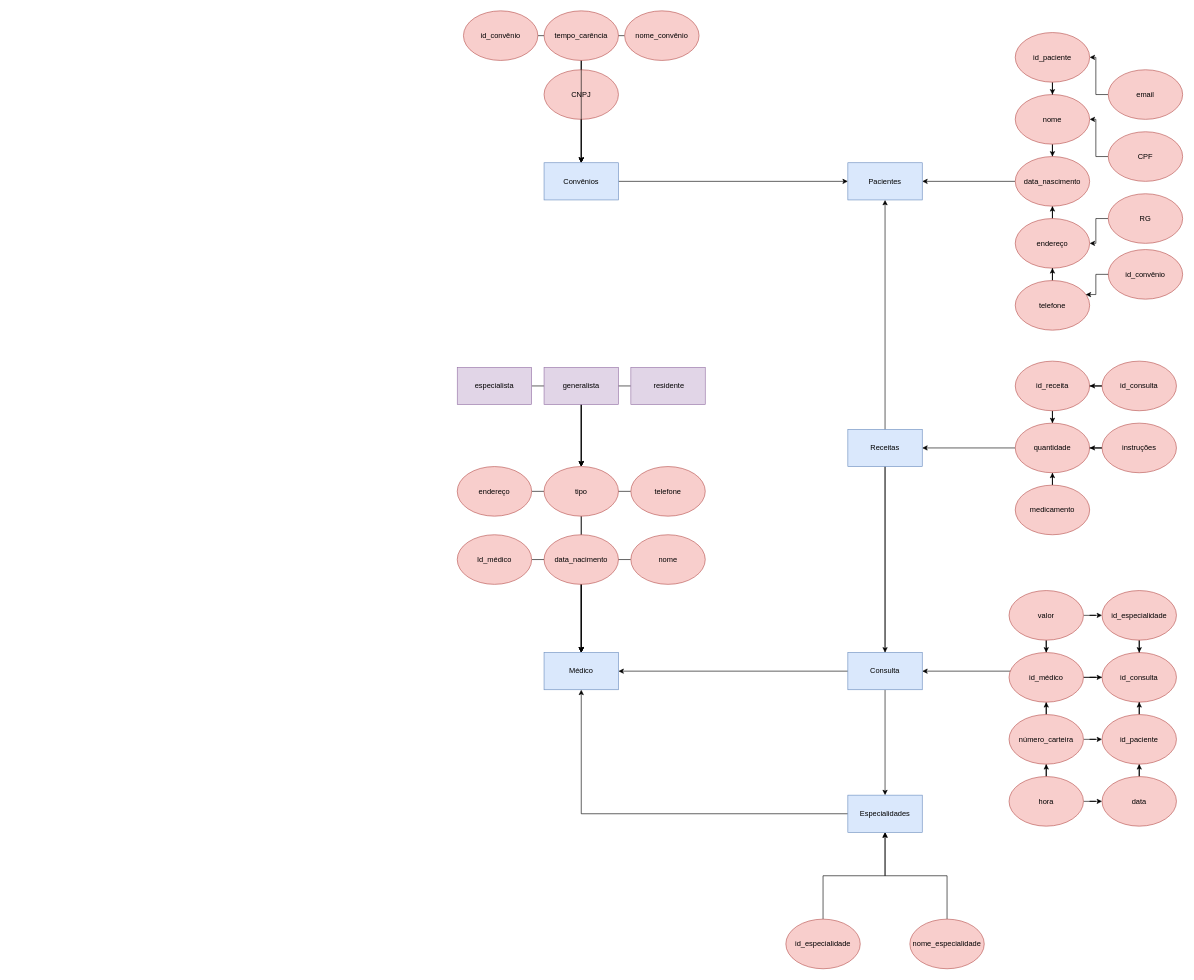
The draw.io diagram O Hospital Fundamental.drawio in GabrielPanjos/O-Hospital-Fundamental, before the edit. Source tidied: cells renumbered, new cells numbered last; positions are measured from the earlier drawing's top-left corner, leaving out a move shared by most shapes. Both pictures are drawn from the tidied source at 62%, with x=0, y=0 at pixel (457, 11).
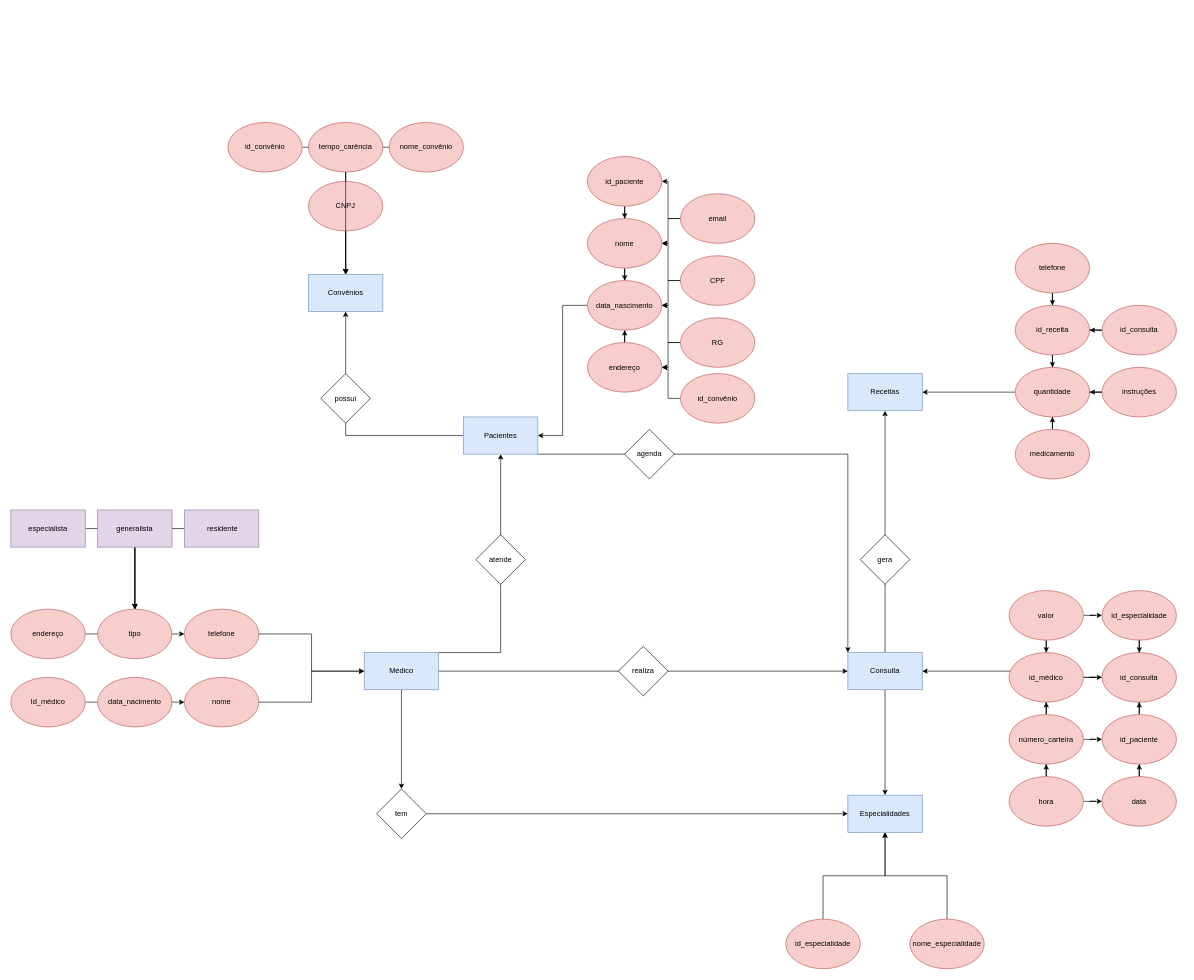
The same diagram, later.

The change refers to these unchanged cells:
```xml
<mxCell id="4" value="Especialidades" style="rounded=0;whiteSpace=wrap;html=1;fillColor=#dae8fc;strokeColor=#6c8ebf;" parent="1" vertex="1">
  <mxGeometry x="630" y="1265" width="120" height="60" as="geometry" />
</mxCell>
<mxCell id="11" value="Consulta" style="rounded=0;whiteSpace=wrap;html=1;fillColor=#dae8fc;strokeColor=#6c8ebf;" parent="1" vertex="1">
  <mxGeometry x="630" y="1035" width="120" height="60" as="geometry" />
</mxCell>
```

What changed in the source:
```diff
@@
+    <mxCell id="91" style="edgeStyle=orthogonalEdgeStyle;rounded=0;jettySize=auto;html=1;exitX=1;exitY=0;exitDx=0;exitDy=0;entryX=0.5;entryY=1;entryDx=0;entryDy=0;" parent="1" edge="1" source="2" target="5">
+      <mxGeometry relative="1" as="geometry">
+        <Array as="points">
+          <mxPoint x="70" y="1035" />
+        </Array>
+      </mxGeometry>
+    </mxCell>
+    <mxCell id="92" style="edgeStyle=orthogonalEdgeStyle;rounded=0;jettySize=auto;html=1;exitX=1;exitY=0.5;exitDx=0;exitDy=0;" parent="1" edge="1" source="2" target="11">
+      <mxGeometry relative="1" as="geometry" />
+    </mxCell>
+    <mxCell id="93" style="edgeStyle=orthogonalEdgeStyle;rounded=0;jettySize=auto;html=1;entryX=0.5;entryY=0;entryDx=0;entryDy=0;" parent="1" edge="1" source="2" target="108">
+      <mxGeometry relative="1" as="geometry" />
+    </mxCell>
     <mxCell id="2" value="Médico" style="rounded=0;whiteSpace=wrap;html=1;fillColor=#dae8fc;strokeColor=#6c8ebf;" parent="1" vertex="1">
-      <mxGeometry x="140" y="1035" width="120" height="60" as="geometry" />
+      <mxGeometry x="-150" y="1035" width="120" height="60" as="geometry" />
     </mxCell>
-    <mxCell id="3" style="edgeStyle=orthogonalEdgeStyle;rounded=0;jettySize=auto;html=1;" parent="1" edge="1" source="4" target="2">
-      <mxGeometry relative="1" as="geometry" />
-    </mxCell>
@@
+    <mxCell id="94" style="edgeStyle=orthogonalEdgeStyle;rounded=0;jettySize=auto;html=1;exitX=1;exitY=1;exitDx=0;exitDy=0;entryX=0;entryY=0;entryDx=0;entryDy=0;" parent="1" edge="1" source="5" target="11">
+      <mxGeometry relative="1" as="geometry">
+        <Array as="points">
+          <mxPoint x="630" y="715" />
+        </Array>
+      </mxGeometry>
+    </mxCell>
+    <mxCell id="95" style="edgeStyle=orthogonalEdgeStyle;rounded=0;jettySize=auto;html=1;entryX=0.5;entryY=1;entryDx=0;entryDy=0;" parent="1" edge="1" source="5" target="7">
+      <mxGeometry relative="1" as="geometry" />
+    </mxCell>
     <mxCell id="5" value="Pacientes" style="rounded=0;whiteSpace=wrap;html=1;fillColor=#dae8fc;strokeColor=#6c8ebf;" parent="1" vertex="1">
-      <mxGeometry x="630" y="245" width="120" height="60" as="geometry" />
+      <mxGeometry x="10" y="655" width="120" height="60" as="geometry" />
     </mxCell>
-    <mxCell id="6" style="edgeStyle=orthogonalEdgeStyle;rounded=0;jettySize=auto;html=1;" parent="1" edge="1" source="7" target="5">
-      <mxGeometry relative="1" as="geometry" />
-    </mxCell>
     <mxCell id="7" value="Convênios" style="rounded=0;whiteSpace=wrap;html=1;fillColor=#dae8fc;strokeColor=#6c8ebf;" parent="1" vertex="1">
-      <mxGeometry x="140" y="245" width="120" height="60" as="geometry" />
+      <mxGeometry x="-240" y="425" width="120" height="60" as="geometry" />
     </mxCell>
-    <mxCell id="8" style="edgeStyle=orthogonalEdgeStyle;rounded=0;jettySize=auto;html=1;" parent="1" edge="1" source="11" target="2">
-      <mxGeometry relative="1" as="geometry" />
-    </mxCell>
-    <mxCell id="9" style="edgeStyle=orthogonalEdgeStyle;rounded=0;jettySize=auto;html=1;" parent="1" edge="1" source="11" target="5">
-      <mxGeometry relative="1" as="geometry" />
-    </mxCell>
@@
+    <mxCell id="96" style="edgeStyle=orthogonalEdgeStyle;rounded=0;jettySize=auto;html=1;" parent="1" edge="1" source="11" target="13">
+      <mxGeometry relative="1" as="geometry" />
+    </mxCell>
@@
-    <mxCell id="12" style="edgeStyle=orthogonalEdgeStyle;rounded=0;jettySize=auto;html=1;" parent="1" edge="1" source="13" target="11">
-      <mxGeometry relative="1" as="geometry" />
-    </mxCell>
     <mxCell id="13" value="Receitas" style="rounded=0;whiteSpace=wrap;html=1;fillColor=#dae8fc;strokeColor=#6c8ebf;" parent="1" vertex="1">
-      <mxGeometry x="630" y="675" width="120" height="60" as="geometry" />
+      <mxGeometry x="630" y="585" width="120" height="60" as="geometry" />
     </mxCell>
-    <mxCell id="14" style="edgeStyle=orthogonalEdgeStyle;rounded=0;jettySize=auto;html=1;" parent="1" edge="1" source="15" target="2">
-      <mxGeometry relative="1" as="geometry" />
-    </mxCell>
+    <mxCell id="97" style="edgeStyle=orthogonalEdgeStyle;rounded=0;jettySize=auto;html=1;" parent="1" edge="1" source="15" target="17">
+      <mxGeometry relative="1" as="geometry" />
+    </mxCell>
     <mxCell id="15" value="Id_médico" style="ellipse;whiteSpace=wrap;html=1;fillColor=#f8cecc;strokeColor=#b85450;" parent="1" vertex="1">
-      <mxGeometry y="845" width="120" height="80" as="geometry" />
+      <mxGeometry x="-720" y="1075" width="120" height="80" as="geometry" />
     </mxCell>
@@
     <mxCell id="17" value="nome" style="ellipse;whiteSpace=wrap;html=1;fillColor=#f8cecc;strokeColor=#b85450;" parent="1" vertex="1">
-      <mxGeometry x="280" y="845" width="120" height="80" as="geometry" />
+      <mxGeometry x="-440" y="1075" width="120" height="80" as="geometry" />
     </mxCell>
-    <mxCell id="18" style="edgeStyle=orthogonalEdgeStyle;rounded=0;jettySize=auto;html=1;" parent="1" edge="1" source="19" target="2">
+    <mxCell id="18" style="edgeStyle=orthogonalEdgeStyle;rounded=0;jettySize=auto;html=1;entryX=0;entryY=0.5;entryDx=0;entryDy=0;" parent="1" edge="1" source="19" target="2">
       <mxGeometry relative="1" as="geometry" />
     </mxCell>
     <mxCell id="19" value="telefone" style="ellipse;whiteSpace=wrap;html=1;fillColor=#f8cecc;strokeColor=#b85450;" parent="1" vertex="1">
-      <mxGeometry x="280" y="735" width="120" height="80" as="geometry" />
+      <mxGeometry x="-440" y="965" width="120" height="80" as="geometry" />
     </mxCell>
-    <mxCell id="20" style="edgeStyle=orthogonalEdgeStyle;rounded=0;jettySize=auto;html=1;" parent="1" edge="1" source="21" target="2">
-      <mxGeometry relative="1" as="geometry" />
-    </mxCell>
+    <mxCell id="98" style="edgeStyle=orthogonalEdgeStyle;rounded=0;jettySize=auto;html=1;entryX=0;entryY=0.5;entryDx=0;entryDy=0;" parent="1" edge="1" source="21" target="19">
+      <mxGeometry relative="1" as="geometry" />
+    </mxCell>
     <mxCell id="21" value="endereço" style="ellipse;whiteSpace=wrap;html=1;fillColor=#f8cecc;strokeColor=#b85450;" parent="1" vertex="1">
-      <mxGeometry y="735" width="120" height="80" as="geometry" />
+      <mxGeometry x="-720" y="965" width="120" height="80" as="geometry" />
     </mxCell>
     <mxCell id="22" value="tipo" style="ellipse;whiteSpace=wrap;html=1;fillColor=#f8cecc;strokeColor=#b85450;" parent="1" vertex="1">
-      <mxGeometry x="140" y="735" width="120" height="80" as="geometry" />
+      <mxGeometry x="-580" y="965" width="120" height="80" as="geometry" />
     </mxCell>
@@
     <mxCell id="24" value="especialista" style="rounded=0;whiteSpace=wrap;html=1;fillColor=#e1d5e7;strokeColor=#9673a6;" parent="1" vertex="1">
-      <mxGeometry y="575" width="120" height="60" as="geometry" />
+      <mxGeometry x="-720" y="805" width="120" height="60" as="geometry" />
     </mxCell>
@@
     <mxCell id="27" value="&amp;nbsp;residente" style="rounded=0;whiteSpace=wrap;html=1;fillColor=#e1d5e7;strokeColor=#9673a6;" parent="1" vertex="1">
-      <mxGeometry x="280" y="575" width="120" height="60" as="geometry" />
+      <mxGeometry x="-440" y="805" width="120" height="60" as="geometry" />
     </mxCell>
@@
     <mxCell id="29" value="generalista" style="rounded=0;whiteSpace=wrap;html=1;fillColor=#e1d5e7;strokeColor=#9673a6;" parent="1" vertex="1">
-      <mxGeometry x="140" y="575" width="120" height="60" as="geometry" />
+      <mxGeometry x="-580" y="805" width="120" height="60" as="geometry" />
     </mxCell>
-    <mxCell id="30" style="edgeStyle=orthogonalEdgeStyle;rounded=0;jettySize=auto;html=1;" parent="1" edge="1" source="31" target="2">
-      <mxGeometry relative="1" as="geometry" />
-    </mxCell>
     <mxCell id="31" value="data_nacimento" style="ellipse;whiteSpace=wrap;html=1;fillColor=#f8cecc;strokeColor=#b85450;" parent="1" vertex="1">
-      <mxGeometry x="140" y="845" width="120" height="80" as="geometry" />
+      <mxGeometry x="-580" y="1075" width="120" height="80" as="geometry" />
     </mxCell>
@@
+    <mxCell id="99" style="edgeStyle=orthogonalEdgeStyle;rounded=0;jettySize=auto;html=1;entryX=1;entryY=0.5;entryDx=0;entryDy=0;" parent="1" edge="1" source="37" target="49">
+      <mxGeometry relative="1" as="geometry" />
+    </mxCell>
     <mxCell id="37" value="RG" style="ellipse;whiteSpace=wrap;html=1;fillColor=#f8cecc;strokeColor=#b85450;" parent="1" vertex="1">
-      <mxGeometry x="1050" y="295" width="120" height="80" as="geometry" />
+      <mxGeometry x="360" y="495" width="120" height="80" as="geometry" />
     </mxCell>
@@
+    <mxCell id="100" style="edgeStyle=orthogonalEdgeStyle;rounded=0;jettySize=auto;html=1;" parent="1" edge="1" source="39" target="49">
+      <mxGeometry relative="1" as="geometry" />
+    </mxCell>
     <mxCell id="39" value="CPF" style="ellipse;whiteSpace=wrap;html=1;fillColor=#f8cecc;strokeColor=#b85450;" parent="1" vertex="1">
-      <mxGeometry x="1050" y="195" width="120" height="80" as="geometry" />
+      <mxGeometry x="360" y="395" width="120" height="80" as="geometry" />
     </mxCell>
@@
+    <mxCell id="101" style="edgeStyle=orthogonalEdgeStyle;rounded=0;jettySize=auto;html=1;" parent="1" edge="1" source="41" target="43">
+      <mxGeometry relative="1" as="geometry" />
+    </mxCell>
     <mxCell id="41" value="email" style="ellipse;whiteSpace=wrap;html=1;fillColor=#f8cecc;strokeColor=#b85450;" parent="1" vertex="1">
-      <mxGeometry x="1050" y="95" width="120" height="80" as="geometry" />
+      <mxGeometry x="360" y="295" width="120" height="80" as="geometry" />
     </mxCell>
@@
     <mxCell id="43" value="nome" style="ellipse;whiteSpace=wrap;html=1;fillColor=#f8cecc;strokeColor=#b85450;" parent="1" vertex="1">
-      <mxGeometry x="900" y="135" width="120" height="80" as="geometry" />
+      <mxGeometry x="210" y="335" width="120" height="80" as="geometry" />
     </mxCell>
@@
     <mxCell id="45" value="endereço" style="ellipse;whiteSpace=wrap;html=1;fillColor=#f8cecc;strokeColor=#b85450;" parent="1" vertex="1">
-      <mxGeometry x="900" y="335" width="120" height="80" as="geometry" />
+      <mxGeometry x="210" y="535" width="120" height="80" as="geometry" />
     </mxCell>
-    <mxCell id="46" style="edgeStyle=orthogonalEdgeStyle;rounded=0;jettySize=auto;html=1;" parent="1" edge="1" source="47" target="45">
-      <mxGeometry relative="1" as="geometry" />
-    </mxCell>
+    <mxCell id="102" style="edgeStyle=orthogonalEdgeStyle;rounded=0;jettySize=auto;html=1;entryX=0.5;entryY=0;entryDx=0;entryDy=0;" parent="1" edge="1" source="47" target="82">
+      <mxGeometry relative="1" as="geometry" />
+    </mxCell>
     <mxCell id="47" value="telefone" style="ellipse;whiteSpace=wrap;html=1;fillColor=#f8cecc;strokeColor=#b85450;" parent="1" vertex="1">
-      <mxGeometry x="900" y="435" width="120" height="80" as="geometry" />
+      <mxGeometry x="900" y="375" width="120" height="80" as="geometry" />
     </mxCell>
@@
     <mxCell id="49" value="data_nascimento" style="ellipse;whiteSpace=wrap;html=1;fillColor=#f8cecc;strokeColor=#b85450;" parent="1" vertex="1">
-      <mxGeometry x="900" y="235" width="120" height="80" as="geometry" />
+      <mxGeometry x="210" y="435" width="120" height="80" as="geometry" />
     </mxCell>
@@
     <mxCell id="51" value="id_paciente" style="ellipse;whiteSpace=wrap;html=1;fillColor=#f8cecc;strokeColor=#b85450;" parent="1" vertex="1">
-      <mxGeometry x="900" y="35" width="120" height="80" as="geometry" />
+      <mxGeometry x="210" y="235" width="120" height="80" as="geometry" />
     </mxCell>
+    <mxCell id="103" style="edgeStyle=orthogonalEdgeStyle;rounded=0;jettySize=auto;html=1;" parent="1" edge="1" source="52" target="45">
+      <mxGeometry relative="1" as="geometry" />
+    </mxCell>
     <mxCell id="52" value="id_convênio" style="ellipse;whiteSpace=wrap;html=1;fillColor=#f8cecc;strokeColor=#b85450;" parent="1" vertex="1">
-      <mxGeometry x="1050" y="385" width="120" height="80" as="geometry" />
+      <mxGeometry x="360" y="585" width="120" height="80" as="geometry" />
     </mxCell>
-    <mxCell id="53" style="edgeStyle=orthogonalEdgeStyle;rounded=0;jettySize=auto;html=1;entryX=0.947;entryY=0.283;entryDx=0;entryDy=0;entryPerimeter=0;" parent="1" edge="1" source="52" target="47">
-      <mxGeometry relative="1" as="geometry" />
-    </mxCell>
@@
     <mxCell id="55" value="id_convênio" style="ellipse;whiteSpace=wrap;html=1;fillColor=#f8cecc;strokeColor=#b85450;" parent="1" vertex="1">
-      <mxGeometry x="10" width="120" height="80" as="geometry" />
+      <mxGeometry x="-370" y="180" width="120" height="80" as="geometry" />
     </mxCell>
@@
     <mxCell id="57" value="nome_convênio" style="ellipse;whiteSpace=wrap;html=1;fillColor=#f8cecc;strokeColor=#b85450;" parent="1" vertex="1">
-      <mxGeometry x="270" width="120" height="80" as="geometry" />
+      <mxGeometry x="-110" y="180" width="120" height="80" as="geometry" />
     </mxCell>
@@
     <mxCell id="59" value="CNPJ" style="ellipse;whiteSpace=wrap;html=1;fillColor=#f8cecc;strokeColor=#b85450;" parent="1" vertex="1">
-      <mxGeometry x="140" y="95" width="120" height="80" as="geometry" />
+      <mxGeometry x="-240" y="275" width="120" height="80" as="geometry" />
     </mxCell>
@@
     <mxCell id="61" value="tempo_carência" style="ellipse;whiteSpace=wrap;html=1;fillColor=#f8cecc;strokeColor=#b85450;" parent="1" vertex="1">
-      <mxGeometry x="140" width="120" height="80" as="geometry" />
+      <mxGeometry x="-240" y="180" width="120" height="80" as="geometry" />
     </mxCell>
@@
     <mxCell id="82" value="id_receita" style="ellipse;whiteSpace=wrap;html=1;fillColor=#f8cecc;strokeColor=#b85450;" parent="1" vertex="1">
-      <mxGeometry x="900" y="565" width="120" height="80" as="geometry" />
+      <mxGeometry x="900" y="475" width="120" height="80" as="geometry" />
     </mxCell>
@@
     <mxCell id="84" value="id_consulta" style="ellipse;whiteSpace=wrap;html=1;fillColor=#f8cecc;strokeColor=#b85450;" parent="1" vertex="1">
-      <mxGeometry x="1040" y="565" width="120" height="80" as="geometry" />
+      <mxGeometry x="1040" y="475" width="120" height="80" as="geometry" />
     </mxCell>
@@
     <mxCell id="86" value="medicamento" style="ellipse;whiteSpace=wrap;html=1;fillColor=#f8cecc;strokeColor=#b85450;" parent="1" vertex="1">
-      <mxGeometry x="900" y="765" width="120" height="80" as="geometry" />
+      <mxGeometry x="900" y="675" width="120" height="80" as="geometry" />
     </mxCell>
@@
     <mxCell id="88" value="quantidade" style="ellipse;whiteSpace=wrap;html=1;fillColor=#f8cecc;strokeColor=#b85450;" parent="1" vertex="1">
-      <mxGeometry x="900" y="665" width="120" height="80" as="geometry" />
+      <mxGeometry x="900" y="575" width="120" height="80" as="geometry" />
     </mxCell>
@@
     <mxCell id="90" value="instruções" style="ellipse;whiteSpace=wrap;html=1;fillColor=#f8cecc;strokeColor=#b85450;" parent="1" vertex="1">
-      <mxGeometry x="1040" y="665" width="120" height="80" as="geometry" />
+      <mxGeometry x="1040" y="575" width="120" height="80" as="geometry" />
     </mxCell>
+    <mxCell id="104" value="gera" style="rhombus;whiteSpace=wrap;html=1;" parent="1" vertex="1">
+      <mxGeometry x="650" y="845" width="80" height="80" as="geometry" />
+    </mxCell>
+    <mxCell id="105" value="realiza" style="rhombus;whiteSpace=wrap;html=1;" parent="1" vertex="1">
+      <mxGeometry x="260" y="1025" width="80" height="80" as="geometry" />
+    </mxCell>
+    <mxCell id="106" value="possui" style="rhombus;whiteSpace=wrap;html=1;" parent="1" vertex="1">
+      <mxGeometry x="-220" y="585" width="80" height="80" as="geometry" />
+    </mxCell>
+    <mxCell id="107" style="edgeStyle=orthogonalEdgeStyle;rounded=0;jettySize=auto;html=1;" parent="1" edge="1" source="108" target="4">
+      <mxGeometry relative="1" as="geometry" />
+    </mxCell>
+    <mxCell id="108" value="tem" style="rhombus;whiteSpace=wrap;html=1;" parent="1" vertex="1">
+      <mxGeometry x="-130" y="1255" width="80" height="80" as="geometry" />
+    </mxCell>
+    <mxCell id="109" value="atende" style="rhombus;whiteSpace=wrap;html=1;" parent="1" vertex="1">
+      <mxGeometry x="30" y="845" width="80" height="80" as="geometry" />
+    </mxCell>
+    <mxCell id="110" value="agenda" style="rhombus;whiteSpace=wrap;html=1;" parent="1" vertex="1">
+      <mxGeometry x="270" y="675" width="80" height="80" as="geometry" />
+    </mxCell>
```
